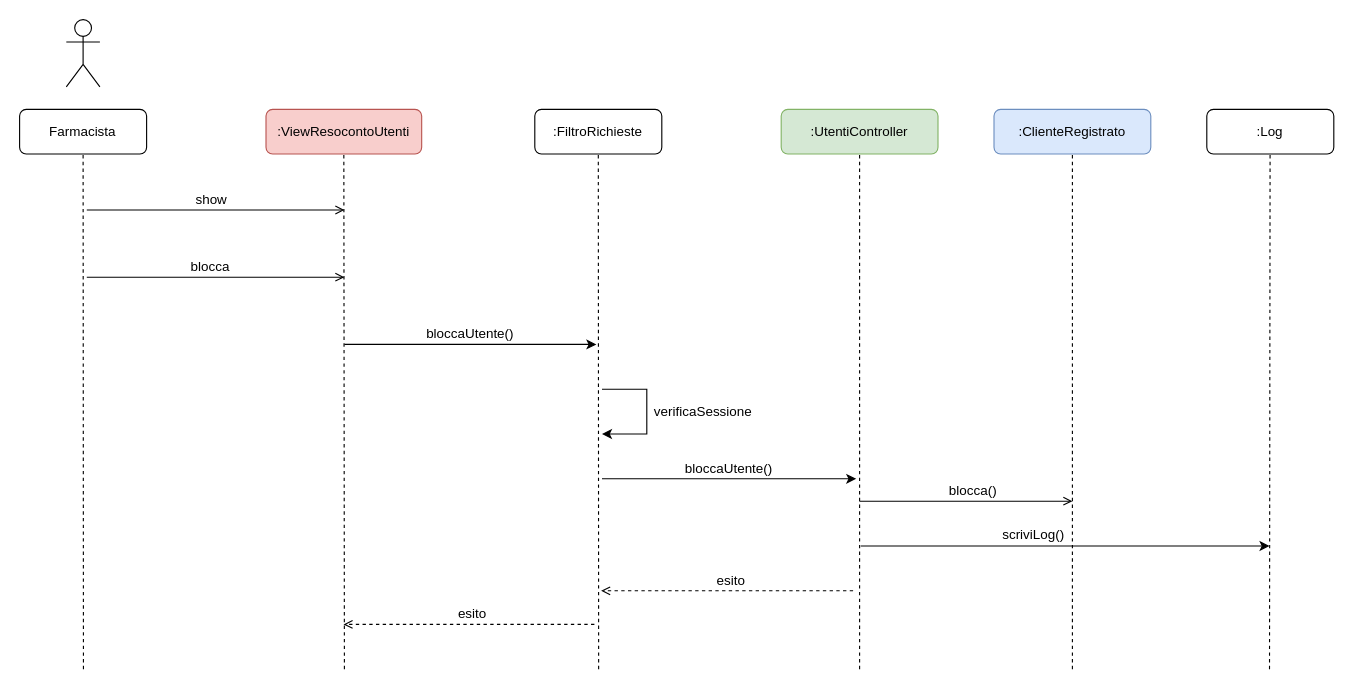
Before: page "SospensioneUtenza" (6 of 7) of drawio/Progettazione/Interazione.drawio in lnwor/farmabyte-doc, a draw.io diagram. Source tidied: cells renumbered, new cells numbered last; positions are measured from the earlier drawing's top-left corner, leaving out a move shared by most shapes. Both pictures are drawn from the tidied source at 112%, with x=0, y=0 at pixel (19, 19).
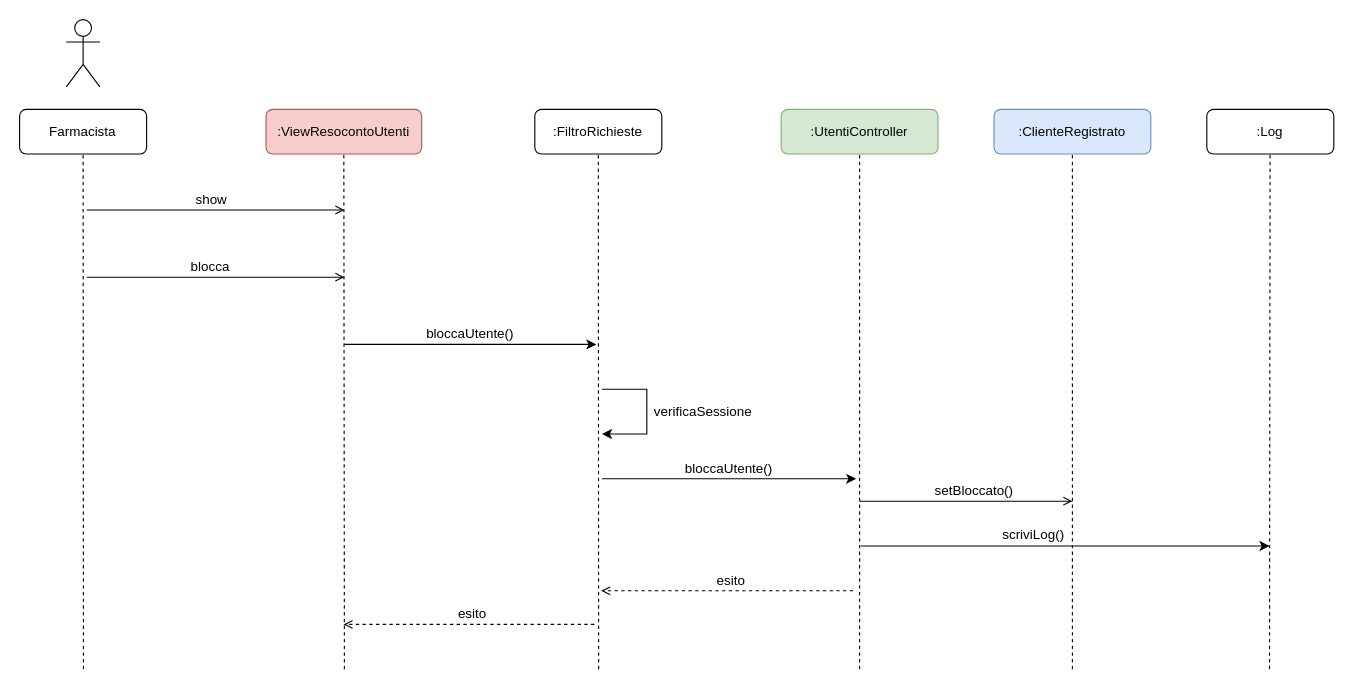
The same page after the edit.

Unchanged cells that the change refers to:
```xml
<mxCell id="17" style="endArrow=open;html=1;fontSize=12;endFill=0;" parent="1" edge="1">
  <mxGeometry relative="1" as="geometry">
    <mxPoint x="750" y="430" as="sourcePoint" />
    <mxPoint x="940" y="430" as="targetPoint" />
  </mxGeometry>
</mxCell>
```

Diff of the diagram source:
```diff
@@
-    <mxCell id="18" value="blocca()" style="edgeLabel;html=1;align=center;verticalAlign=middle;fontSize=12;" parent="17" vertex="1">
+    <mxCell id="18" value="setBloccato()" style="edgeLabel;html=1;align=center;verticalAlign=middle;fontSize=12;" parent="17" vertex="1">
       <mxGeometry x="0.33" y="1" relative="1" as="geometry">
-        <mxPoint x="-26" y="-9" as="offset" />
+        <mxPoint x="-25" y="-9" as="offset" />
       </mxGeometry>
     </mxCell>
```
